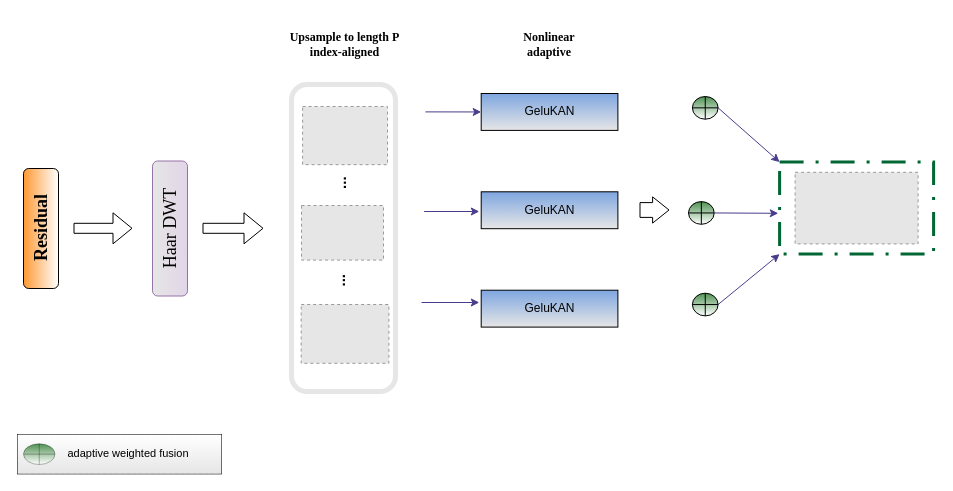
The draw.io diagram 频率混合.drawio in eriribot/myrepository, before the edit. Source tidied: cells renumbered, new cells numbered last; positions are measured from the earlier drawing's top-left corner, leaving out a move shared by most shapes. Both pictures are drawn from the tidied source at 100%, with x=0, y=0 at pixel (17, 23). Pictures stored in the file or linked from it are replaced by grey dashed boxes.
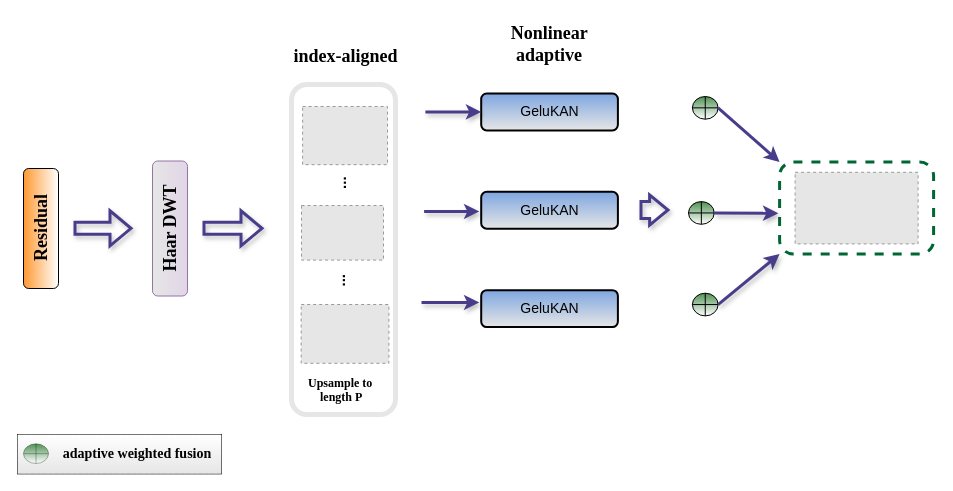
The same diagram, later.

Commit message:
更新频率混合.drawio

Diff of the diagram source:
```diff
@@
     <mxCell id="2" style="rounded=1;whiteSpace=wrap;html=1;direction=south;gradientColor=none;strokeColor=#E6E6E6;strokeWidth=5;" parent="1" vertex="1">
-      <mxGeometry x="274" y="61" width="104" height="307" as="geometry" />
+      <mxGeometry x="274" y="61" width="104" height="330" as="geometry" />
     </mxCell>
@@
-    <mxCell id="4" style="shape=flexArrow;endArrow=classic;html=1;rounded=0;" parent="1" edge="1">
+    <mxCell id="4" style="shape=flexArrow;endArrow=classic;html=1;rounded=0;shadow=1;strokeColor=#483D8B;strokeWidth=3;" parent="1" edge="1">
       <mxGeometry relative="1" as="geometry">
         <mxPoint x="56" y="204.8" as="sourcePoint" />
         <mxPoint x="115" y="204.8" as="targetPoint" />
       </mxGeometry>
     </mxCell>
-    <mxCell id="5" value="&lt;font style=&quot;font-size: 18px;&quot; face=&quot;Times New Roman&quot;&gt;Haar DWT&lt;/font&gt;" style="rounded=1;whiteSpace=wrap;html=1;horizontal=0;direction=south;fillColor=#e1d5e7;strokeColor=#9673a6;gradientColor=#E6E6E6;" parent="1" vertex="1">
+    <mxCell id="5" value="&lt;font style=&quot;font-size: 18px;&quot; face=&quot;Times New Roman&quot;&gt;&lt;b&gt;Haar DWT&lt;/b&gt;&lt;/font&gt;" style="rounded=1;whiteSpace=wrap;html=1;horizontal=0;direction=south;fillColor=#e1d5e7;strokeColor=#9673a6;gradientColor=#E6E6E6;" parent="1" vertex="1">
       <mxGeometry x="135" y="137.5" width="35" height="135" as="geometry" />
     </mxCell>
-    <mxCell id="6" style="shape=flexArrow;endArrow=classic;html=1;rounded=0;" parent="1" edge="1">
+    <mxCell id="6" style="shape=flexArrow;endArrow=classic;html=1;rounded=0;shadow=1;strokeColor=#483D8B;strokeWidth=3;" parent="1" edge="1">
       <mxGeometry relative="1" as="geometry">
         <mxPoint x="185" y="204.8" as="sourcePoint" />
         <mxPoint x="246" y="204.8" as="targetPoint" />
       </mxGeometry>
     </mxCell>
-    <mxCell id="7" value="GeluKAN" style="rounded=0;whiteSpace=wrap;html=1;fillColor=#7EA6E0;gradientColor=#E6E6E6;" parent="1" vertex="1">
+    <mxCell id="7" value="&lt;font style=&quot;font-size: 14px;&quot;&gt;GeluKAN&lt;/font&gt;" style="rounded=1;whiteSpace=wrap;html=1;fillColor=#7EA6E0;gradientColor=#E6E6E6;strokeWidth=2;" parent="1" vertex="1">
       <mxGeometry x="463.7" y="70" width="136.7" height="36.9" as="geometry" />
     </mxCell>
-    <mxCell id="8" value="GeluKAN" style="rounded=0;whiteSpace=wrap;html=1;fillColor=#7EA6E0;gradientColor=#E6E6E6;gradientDirection=south;" parent="1" vertex="1">
+    <mxCell id="8" value="&lt;font style=&quot;font-size: 14px;&quot;&gt;GeluKAN&lt;/font&gt;" style="rounded=1;whiteSpace=wrap;html=1;fillColor=#7EA6E0;gradientColor=#E6E6E6;gradientDirection=south;strokeWidth=2;" parent="1" vertex="1">
       <mxGeometry x="463.7" y="168.3" width="136.7" height="36.9" as="geometry" />
     </mxCell>
-    <mxCell id="9" value="GeluKAN" style="rounded=0;whiteSpace=wrap;html=1;fillColor=#7EA6E0;gradientColor=#E6E6E6;" parent="1" vertex="1">
+    <mxCell id="9" value="&lt;font style=&quot;font-size: 14px;&quot;&gt;GeluKAN&lt;/font&gt;" style="rounded=1;whiteSpace=wrap;html=1;fillColor=#7EA6E0;gradientColor=#E6E6E6;strokeWidth=2;" parent="1" vertex="1">
       <mxGeometry x="463.7" y="266.7" width="136.7" height="36.9" as="geometry" />
     </mxCell>
-    <mxCell id="10" style="endArrow=classic;html=1;rounded=0;entryX=0;entryY=0.5;entryDx=0;entryDy=0;strokeColor=#483D8B;" parent="1" edge="1" target="7">
+    <mxCell id="10" style="endArrow=classic;html=1;rounded=0;entryX=0;entryY=0.5;entryDx=0;entryDy=0;strokeColor=#483D8B;flowAnimation=0;strokeWidth=3;shadow=1;" parent="1" edge="1" target="7">
       <mxGeometry relative="1" as="geometry">
         <mxPoint x="407.9" y="88.4" as="sourcePoint" />
       </mxGeometry>
     </mxCell>
-    <mxCell id="11" style="endArrow=classic;html=1;rounded=0;strokeColor=#483D8B;" parent="1" edge="1">
+    <mxCell id="11" style="endArrow=classic;html=1;rounded=0;strokeColor=#483D8B;shadow=1;strokeWidth=3;" parent="1" edge="1">
       <mxGeometry relative="1" as="geometry">
         <mxPoint x="406.6" y="188" as="sourcePoint" />
         <mxPoint x="461.8" y="188" as="targetPoint" />
       </mxGeometry>
     </mxCell>
-    <mxCell id="12" style="endArrow=classic;html=1;rounded=0;strokeColor=#483D8B;" parent="1" edge="1">
+    <mxCell id="12" style="endArrow=classic;html=1;rounded=0;strokeColor=#483D8B;shadow=1;strokeWidth=3;" parent="1" edge="1">
       <mxGeometry relative="1" as="geometry">
         <mxPoint x="404" y="279" as="sourcePoint" />
         <mxPoint x="461.8" y="279" as="targetPoint" />
       </mxGeometry>
     </mxCell>
-    <mxCell id="13" value="&lt;b&gt;&lt;font face=&quot;Times New Roman&quot;&gt;Upsample to length P&lt;br&gt;index-aligned&lt;/font&gt;&lt;/b&gt;" style="text;html=1;align=center;verticalAlign=middle;strokeColor=none;fillColor=none;" parent="1" vertex="1">
-      <mxGeometry x="262.5" width="128" height="42" as="geometry" />
+    <mxCell id="13" value="&lt;b&gt;&lt;font style=&quot;font-size: 18px;&quot; face=&quot;Times New Roman&quot;&gt;&lt;br&gt;index-aligned&lt;/font&gt;&lt;/b&gt;" style="text;html=1;align=center;verticalAlign=middle;strokeColor=none;fillColor=none;" parent="1" vertex="1">
+      <mxGeometry x="266.5" y="-6" width="122" height="55" as="geometry" />
     </mxCell>
-    <mxCell id="14" value="&lt;b&gt;&lt;font face=&quot;Times New Roman&quot;&gt;Nonlinear adaptive&lt;/font&gt;&lt;/b&gt;" style="text;html=1;align=center;verticalAlign=middle;whiteSpace=wrap;rounded=0;" parent="1" vertex="1">
+    <mxCell id="14" value="&lt;b&gt;&lt;font style=&quot;font-size: 18px;&quot; face=&quot;Times New Roman&quot;&gt;Nonlinear adaptive&lt;/font&gt;&lt;/b&gt;" style="text;html=1;align=center;verticalAlign=middle;whiteSpace=wrap;rounded=0;" parent="1" vertex="1">
       <mxGeometry x="502" y="5.5" width="60" height="30" as="geometry" />
     </mxCell>
@@
-    <mxCell id="20" style="shape=flexArrow;endArrow=classic;html=1;rounded=0;width=14.807692307692307;endSize=5.13076923076923;endWidth=10.421597633136095;" parent="1" edge="1">
+    <mxCell id="20" style="shape=flexArrow;endArrow=classic;html=1;rounded=0;width=14.807692307692307;endSize=5.13076923076923;endWidth=10.421597633136095;shadow=1;strokeColor=#483D8B;strokeWidth=3;" parent="1" edge="1">
       <mxGeometry relative="1" as="geometry">
         <mxPoint x="622" y="186.5" as="sourcePoint" />
         <mxPoint x="652" y="186.5" as="targetPoint" />
       </mxGeometry>
     </mxCell>
-    <mxCell id="21" style="group;" parent="1" vertex="1">
-      <mxGeometry x="671" y="73" width="245.1" height="219.4" as="geometry" />
-    </mxCell>
-    <mxCell id="22" style="rounded=0;whiteSpace=wrap;html=1;dashed=1;dashPattern=8 4 1 4;strokeWidth=3;strokeColor=#006633;" parent="21" vertex="1">
-      <mxGeometry x="91.1" y="65.6" width="154" height="92" as="geometry" />
+    <mxCell id="22" style="rounded=1;whiteSpace=wrap;html=1;dashed=1;strokeWidth=3;strokeColor=#006633;glass=0;" parent="1" vertex="1">
+      <mxGeometry x="762.1" y="138.6" width="154" height="92" as="geometry" />
     </mxCell>
-    <mxCell id="23" style="verticalLabelPosition=bottom;verticalAlign=top;html=1;shape=mxgraph.flowchart.summing_function;fillColor=#4F9153;gradientColor=#FFFFFF;" parent="21" vertex="1">
-      <mxGeometry x="3.9" width="25.7" height="22.7" as="geometry" />
+    <mxCell id="23" style="verticalLabelPosition=bottom;verticalAlign=top;html=1;shape=mxgraph.flowchart.summing_function;fillColor=#4F9153;gradientColor=#FFFFFF;" parent="1" vertex="1">
+      <mxGeometry x="674.9" y="73" width="25.7" height="22.7" as="geometry" />
     </mxCell>
-    <mxCell id="24" style="verticalLabelPosition=bottom;verticalAlign=top;html=1;shape=mxgraph.flowchart.summing_function;fillColor=#4F9153;gradientColor=#FFFFFF;" parent="21" vertex="1">
-      <mxGeometry y="105.1" width="25.7" height="22.7" as="geometry" />
+    <mxCell id="24" style="verticalLabelPosition=bottom;verticalAlign=top;html=1;shape=mxgraph.flowchart.summing_function;fillColor=#4F9153;gradientColor=#FFFFFF;" parent="1" vertex="1">
+      <mxGeometry x="671" y="178.1" width="25.7" height="22.7" as="geometry" />
     </mxCell>
-    <mxCell id="25" style="verticalLabelPosition=bottom;verticalAlign=top;html=1;shape=mxgraph.flowchart.summing_function;fillColor=#4F9153;gradientColor=#FFFFFF;" parent="21" vertex="1">
-      <mxGeometry x="3.9" y="196.7" width="25.7" height="22.7" as="geometry" />
+    <mxCell id="25" style="verticalLabelPosition=bottom;verticalAlign=top;html=1;shape=mxgraph.flowchart.summing_function;fillColor=#4F9153;gradientColor=#FFFFFF;" parent="1" vertex="1">
+      <mxGeometry x="674.9" y="269.7" width="25.7" height="22.7" as="geometry" />
     </mxCell>
-    <mxCell id="26" style="endArrow=classic;html=1;rounded=0;exitX=1;exitY=0.5;exitDx=0;exitDy=0;exitPerimeter=0;entryX=0;entryY=0;entryDx=0;entryDy=0;strokeColor=#483D8B;" parent="21" edge="1" source="23" target="22">
+    <mxCell id="26" style="endArrow=classic;html=1;rounded=0;exitX=1;exitY=0.5;exitDx=0;exitDy=0;exitPerimeter=0;entryX=0;entryY=0;entryDx=0;entryDy=0;strokeColor=#483D8B;strokeWidth=3;" parent="1" edge="1" source="23" target="22">
       <mxGeometry relative="1" as="geometry" />
     </mxCell>
-    <mxCell id="27" style="endArrow=classic;html=1;rounded=0;exitX=1;exitY=0.5;exitDx=0;exitDy=0;exitPerimeter=0;strokeColor=#483D8B;" parent="21" edge="1" source="24">
+    <mxCell id="27" style="endArrow=classic;html=1;rounded=0;exitX=1;exitY=0.5;exitDx=0;exitDy=0;exitPerimeter=0;strokeColor=#483D8B;shadow=1;strokeWidth=3;" parent="1" edge="1" source="24">
       <mxGeometry relative="1" as="geometry">
-        <mxPoint x="89.8" y="116.8" as="targetPoint" />
+        <mxPoint x="760.8" y="189.8" as="targetPoint" />
       </mxGeometry>
     </mxCell>
-    <mxCell id="28" style="endArrow=classic;html=1;rounded=0;exitX=1;exitY=0.5;exitDx=0;exitDy=0;exitPerimeter=0;entryX=0;entryY=1;entryDx=0;entryDy=0;strokeColor=#483D8B;" parent="21" edge="1" source="25" target="22">
+    <mxCell id="28" style="endArrow=classic;html=1;rounded=0;exitX=1;exitY=0.5;exitDx=0;exitDy=0;exitPerimeter=0;entryX=0;entryY=1;entryDx=0;entryDy=0;strokeColor=#483D8B;strokeWidth=3;shadow=1;" parent="1" edge="1" source="25" target="22">
       <mxGeometry relative="1" as="geometry" />
     </mxCell>
-    <mxCell id="29" style="fillColor=#E6E6E6;strokeColor=#999999;dashed=1;verticalLabelPosition=bottom;labelBackgroundColor=default;verticalAlign=top;" parent="21" vertex="1">
-      <mxGeometry x="106.6" y="75.8" width="123" height="71.6" as="geometry" />
+    <mxCell id="29" style="fillColor=#E6E6E6;strokeColor=#999999;dashed=1;verticalLabelPosition=bottom;labelBackgroundColor=default;verticalAlign=top;" parent="1" vertex="1">
+      <mxGeometry x="777.6" y="148.8" width="123" height="71.6" as="geometry" />
     </mxCell>
-    <mxCell id="30" style="group;" parent="1" vertex="1">
-      <mxGeometry y="411" width="204" height="39.3" as="geometry" />
-    </mxCell>
+    <mxCell id="35" value="&lt;b style=&quot;forced-color-adjust: none; color: rgb(0, 0, 0); font-family: Helvetica; font-size: 12px; font-style: normal; font-variant-ligatures: normal; font-variant-caps: normal; letter-spacing: normal; orphans: 2; text-align: center; text-indent: 0px; text-transform: none; widows: 2; word-spacing: 0px; -webkit-text-stroke-width: 0px; white-space: nowrap; text-decoration-thickness: initial; text-decoration-style: initial; text-decoration-color: initial;&quot;&gt;&lt;font face=&quot;Times New Roman&quot; style=&quot;forced-color-adjust: none;&quot;&gt;&amp;nbsp; Upsample to &lt;br&gt;&amp;nbsp; &amp;nbsp; &amp;nbsp; length P&lt;/font&gt;&lt;/b&gt;" style="text;whiteSpace=wrap;html=1;" parent="1" vertex="1">
+      <mxGeometry x="283" y="346" width="86" height="42" as="geometry" />
+    </mxCell>
-    <mxCell id="31" style="group;fillColor=default;strokeColor=default;" parent="30" vertex="1">
-      <mxGeometry width="204" height="39.3" as="geometry" />
+    <mxCell id="31" style="group;fillColor=default;strokeColor=default;" parent="1" vertex="1">
+      <mxGeometry y="411" width="204" height="39.3" as="geometry" />
     </mxCell>
-    <mxCell id="32" value="&lt;font style=&quot;font-size: 5px;&quot;&gt;&lt;br&gt;&lt;/font&gt;" style="rounded=0;whiteSpace=wrap;html=1;dashed=1;strokeWidth=0.2;fillColor=#FFFFFF;gradientColor=#E6E6E6;" parent="30" vertex="1">
-      <mxGeometry width="204" height="39.3" as="geometry" />
+    <mxCell id="32" value="&lt;font style=&quot;font-size: 5px;&quot;&gt;&lt;br&gt;&lt;/font&gt;" style="rounded=0;whiteSpace=wrap;html=1;dashed=1;strokeWidth=0.2;fillColor=#FFFFFF;gradientColor=#E6E6E6;" parent="1" vertex="1">
+      <mxGeometry y="411" width="204" height="39.3" as="geometry" />
     </mxCell>
-    <mxCell id="33" style="verticalLabelPosition=bottom;verticalAlign=top;html=1;shape=mxgraph.flowchart.summing_function;strokeWidth=0.3;fillColor=#4F9153;gradientColor=#FFFFFF;" parent="30" vertex="1">
-      <mxGeometry x="6" y="9.3" width="31.5" height="20.7" as="geometry" />
+    <mxCell id="33" style="verticalLabelPosition=bottom;verticalAlign=top;html=1;shape=mxgraph.flowchart.summing_function;strokeWidth=0.3;fillColor=#4F9153;gradientColor=#FFFFFF;" parent="1" vertex="1">
+      <mxGeometry x="6" y="420.3" width="25" height="19.7" as="geometry" />
     </mxCell>
-    <mxCell id="34" value="&lt;font face=&quot;Helvetica&quot; style=&quot;font-size: 11px;&quot;&gt;&lt;br style=&quot;&quot;&gt;&lt;span style=&quot;text-align: start; float: none; color: rgb(0, 0, 0); display: inline !important;&quot;&gt;adaptive weighted fusion&lt;/span&gt;&lt;/font&gt;" style="text;html=1;align=center;verticalAlign=middle;whiteSpace=wrap;rounded=0;fillColor=none;" parent="30" vertex="1">
-      <mxGeometry x="31.5" y="6.3" width="157.7" height="10.1" as="geometry" />
+    <mxCell id="34" value="&lt;font face=&quot;Times New Roman&quot; style=&quot;font-size: 14px;&quot;&gt;&lt;b style=&quot;&quot;&gt;&lt;br style=&quot;&quot;&gt;&lt;span style=&quot;text-align: start; float: none; color: rgb(0, 0, 0); display: inline !important;&quot;&gt;adaptive weighted fusion&lt;/span&gt;&lt;/b&gt;&lt;/font&gt;" style="text;html=1;align=center;verticalAlign=middle;whiteSpace=wrap;rounded=0;fillColor=none;" parent="1" vertex="1">
+      <mxGeometry x="41" y="417.3" width="157.7" height="10.1" as="geometry" />
     </mxCell>
```
